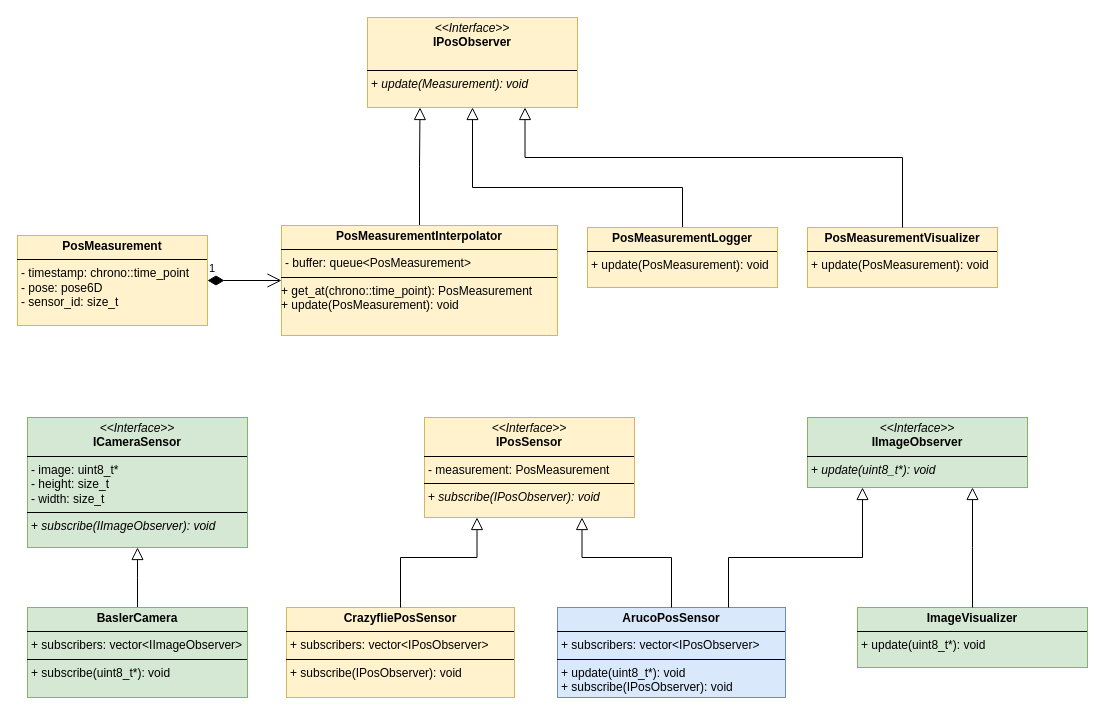
This is class_diagram.drawio from EGurylev/QuadArt_host_cpp, a draw.io file, before an edit. Source tidied: cells renumbered, new cells numbered last; positions are measured from the earlier drawing's top-left corner, leaving out a move shared by most shapes. Both pictures are drawn from the tidied source at 100%, with x=0, y=0 at pixel (17, 17).
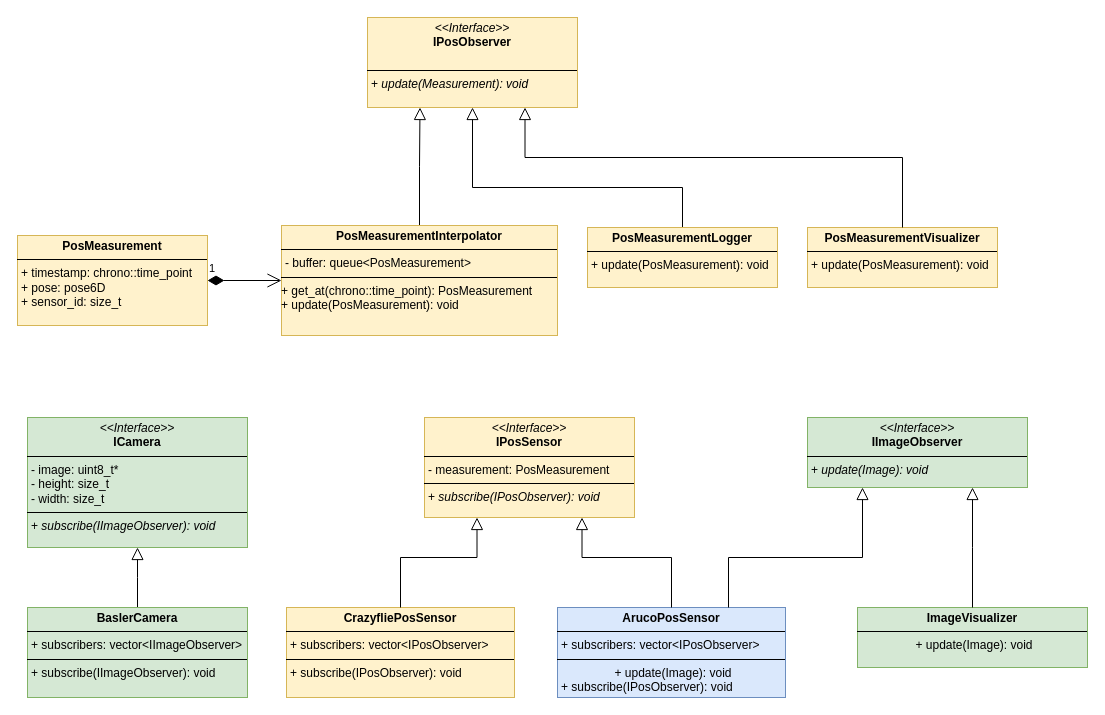
Above is the later version.

The edit, as a diff of the source:
```diff
@@
-    <mxCell id="4" value="&lt;p style=&quot;margin:0px;margin-top:4px;text-align:center;&quot;&gt;&lt;b&gt;PosMeasurement&lt;/b&gt;&lt;/p&gt;&lt;hr size=&quot;1&quot; style=&quot;border-style:solid;&quot;&gt;&lt;p style=&quot;margin:0px;margin-left:4px;&quot;&gt;- timestamp:&amp;nbsp;chrono::time_point&lt;br&gt;&lt;/p&gt;&lt;p style=&quot;margin:0px;margin-left:4px;&quot;&gt;- pose: pose6D&lt;/p&gt;&lt;p style=&quot;margin:0px;margin-left:4px;&quot;&gt;- sensor_id: size_t&lt;/p&gt;" style="verticalAlign=top;align=left;overflow=fill;html=1;whiteSpace=wrap;fillColor=#fff2cc;strokeColor=#d6b656;" parent="1" vertex="1">
+    <mxCell id="4" value="&lt;p style=&quot;margin:0px;margin-top:4px;text-align:center;&quot;&gt;&lt;b&gt;PosMeasurement&lt;/b&gt;&lt;/p&gt;&lt;hr size=&quot;1&quot; style=&quot;border-style:solid;&quot;&gt;&lt;p style=&quot;margin:0px;margin-left:4px;&quot;&gt;+ timestamp:&amp;nbsp;chrono::time_point&lt;br&gt;&lt;/p&gt;&lt;p style=&quot;margin:0px;margin-left:4px;&quot;&gt;+ pose: pose6D&lt;/p&gt;&lt;p style=&quot;margin:0px;margin-left:4px;&quot;&gt;+ sensor_id: size_t&lt;/p&gt;" style="verticalAlign=top;align=left;overflow=fill;html=1;whiteSpace=wrap;fillColor=#fff2cc;strokeColor=#d6b656;" parent="1" vertex="1">
       <mxGeometry y="218" width="190" height="90" as="geometry" />
     </mxCell>
@@
-    <mxCell id="11" value="&lt;p style=&quot;margin:0px;margin-top:4px;text-align:center;&quot;&gt;&lt;b&gt;BaslerCamera&lt;/b&gt;&lt;br&gt;&lt;/p&gt;&lt;hr size=&quot;1&quot; style=&quot;border-style:solid;&quot;&gt;&lt;p style=&quot;margin:0px;margin-left:4px;&quot;&gt;+ subscribers:&amp;nbsp;&lt;span style=&quot;background-color: initial;&quot;&gt;vector&amp;lt;IImageObserver&amp;gt;&lt;/span&gt;&lt;/p&gt;&lt;hr size=&quot;1&quot; style=&quot;border-style:solid;&quot;&gt;&lt;p style=&quot;margin:0px;margin-left:4px;&quot;&gt;+ subscribe(&lt;span style=&quot;text-align: center;&quot;&gt;uint8_t*&lt;/span&gt;): void&lt;br&gt;&lt;/p&gt;" style="verticalAlign=top;align=left;overflow=fill;html=1;whiteSpace=wrap;fillColor=#d5e8d4;strokeColor=#82b366;" parent="1" vertex="1">
+    <mxCell id="11" value="&lt;p style=&quot;margin:0px;margin-top:4px;text-align:center;&quot;&gt;&lt;b&gt;BaslerCamera&lt;/b&gt;&lt;br&gt;&lt;/p&gt;&lt;hr size=&quot;1&quot; style=&quot;border-style:solid;&quot;&gt;&lt;p style=&quot;margin:0px;margin-left:4px;&quot;&gt;+ subscribers:&amp;nbsp;&lt;span style=&quot;background-color: initial;&quot;&gt;vector&amp;lt;IImageObserver&amp;gt;&lt;/span&gt;&lt;/p&gt;&lt;hr size=&quot;1&quot; style=&quot;border-style:solid;&quot;&gt;&lt;p style=&quot;margin:0px;margin-left:4px;&quot;&gt;+ subscribe(&lt;span style=&quot;background-color: initial;&quot;&gt;IImageObserver&lt;/span&gt;&lt;span style=&quot;background-color: initial;&quot;&gt;): void&lt;/span&gt;&lt;/p&gt;" style="verticalAlign=top;align=left;overflow=fill;html=1;whiteSpace=wrap;fillColor=#d5e8d4;strokeColor=#82b366;" parent="1" vertex="1">
       <mxGeometry x="10" y="590" width="220" height="90" as="geometry" />
     </mxCell>
-    <mxCell id="12" value="&lt;p style=&quot;margin:0px;margin-top:4px;text-align:center;&quot;&gt;&lt;i&gt;&amp;lt;&amp;lt;Interface&amp;gt;&amp;gt;&lt;/i&gt;&lt;br&gt;&lt;b&gt;ICameraSensor&lt;/b&gt;&lt;/p&gt;&lt;hr size=&quot;1&quot; style=&quot;border-style:solid;&quot;&gt;&lt;p style=&quot;margin:0px;margin-left:4px;&quot;&gt;- image:&amp;nbsp;&lt;span style=&quot;text-align: center; background-color: initial;&quot;&gt;uint8_t*&lt;/span&gt;&lt;br&gt;&lt;/p&gt;&lt;p style=&quot;margin:0px;margin-left:4px;&quot;&gt;&lt;span style=&quot;text-align: center; background-color: initial;&quot;&gt;- height: size_t&lt;/span&gt;&lt;/p&gt;&lt;p style=&quot;margin:0px;margin-left:4px;&quot;&gt;&lt;span style=&quot;text-align: center; background-color: initial;&quot;&gt;- width: size_t&lt;/span&gt;&lt;/p&gt;&lt;hr size=&quot;1&quot; style=&quot;border-style:solid;&quot;&gt;&lt;p style=&quot;margin:0px;margin-left:4px;&quot;&gt;+ &lt;i&gt;subscribe(IImageObserver): void&lt;/i&gt;&lt;/p&gt;" style="verticalAlign=top;align=left;overflow=fill;html=1;whiteSpace=wrap;fillColor=#d5e8d4;strokeColor=#82b366;" parent="1" vertex="1">
+    <mxCell id="12" value="&lt;p style=&quot;margin:0px;margin-top:4px;text-align:center;&quot;&gt;&lt;i&gt;&amp;lt;&amp;lt;Interface&amp;gt;&amp;gt;&lt;/i&gt;&lt;br&gt;&lt;b&gt;ICamera&lt;/b&gt;&lt;/p&gt;&lt;hr size=&quot;1&quot; style=&quot;border-style:solid;&quot;&gt;&lt;p style=&quot;margin:0px;margin-left:4px;&quot;&gt;- image:&amp;nbsp;&lt;span style=&quot;text-align: center; background-color: initial;&quot;&gt;uint8_t*&lt;/span&gt;&lt;br&gt;&lt;/p&gt;&lt;p style=&quot;margin:0px;margin-left:4px;&quot;&gt;&lt;span style=&quot;text-align: center; background-color: initial;&quot;&gt;- height: size_t&lt;/span&gt;&lt;/p&gt;&lt;p style=&quot;margin:0px;margin-left:4px;&quot;&gt;&lt;span style=&quot;text-align: center; background-color: initial;&quot;&gt;- width: size_t&lt;/span&gt;&lt;/p&gt;&lt;hr size=&quot;1&quot; style=&quot;border-style:solid;&quot;&gt;&lt;p style=&quot;margin:0px;margin-left:4px;&quot;&gt;+ &lt;i&gt;subscribe(IImageObserver): void&lt;/i&gt;&lt;/p&gt;" style="verticalAlign=top;align=left;overflow=fill;html=1;whiteSpace=wrap;fillColor=#d5e8d4;strokeColor=#82b366;" parent="1" vertex="1">
       <mxGeometry x="10" y="400" width="220" height="130" as="geometry" />
     </mxCell>
@@
-    <mxCell id="14" value="&lt;p style=&quot;margin:0px;margin-top:4px;text-align:center;&quot;&gt;&lt;b&gt;ArucoPosSensor&lt;/b&gt;&lt;br&gt;&lt;/p&gt;&lt;hr size=&quot;1&quot; style=&quot;border-style:solid;&quot;&gt;&lt;p style=&quot;margin:0px;margin-left:4px;&quot;&gt;+ subscribers:&amp;nbsp;&lt;span style=&quot;background-color: initial;&quot;&gt;vector&amp;lt;IPosObserver&amp;gt;&lt;/span&gt;&lt;/p&gt;&lt;hr size=&quot;1&quot; style=&quot;border-style:solid;&quot;&gt;&lt;p style=&quot;margin:0px;margin-left:4px;&quot;&gt;+ update(&lt;span style=&quot;text-align: center;&quot;&gt;uint8_t*&lt;/span&gt;): void&lt;br&gt;&lt;/p&gt;&lt;p style=&quot;margin:0px;margin-left:4px;&quot;&gt;+ subscribe(IPosObserver): void&lt;/p&gt;" style="verticalAlign=top;align=left;overflow=fill;html=1;whiteSpace=wrap;fillColor=#dae8fc;strokeColor=#6c8ebf;" parent="1" vertex="1">
+    <mxCell id="14" value="&lt;p style=&quot;margin:0px;margin-top:4px;text-align:center;&quot;&gt;&lt;b&gt;ArucoPosSensor&lt;/b&gt;&lt;br&gt;&lt;/p&gt;&lt;hr size=&quot;1&quot; style=&quot;border-style:solid;&quot;&gt;&lt;p style=&quot;margin:0px;margin-left:4px;&quot;&gt;+ subscribers:&amp;nbsp;&lt;span style=&quot;background-color: initial;&quot;&gt;vector&amp;lt;IPosObserver&amp;gt;&lt;/span&gt;&lt;/p&gt;&lt;hr size=&quot;1&quot; style=&quot;border-style:solid;&quot;&gt;&lt;p style=&quot;text-align: center; margin: 0px 0px 0px 4px;&quot;&gt;+ update(Image): void&lt;br&gt;&lt;/p&gt;&lt;p style=&quot;margin:0px;margin-left:4px;&quot;&gt;+ subscribe(IPosObserver): void&lt;/p&gt;" style="verticalAlign=top;align=left;overflow=fill;html=1;whiteSpace=wrap;fillColor=#dae8fc;strokeColor=#6c8ebf;" parent="1" vertex="1">
       <mxGeometry x="540" y="590" width="228" height="90" as="geometry" />
     </mxCell>
@@
-    <mxCell id="16" value="&lt;p style=&quot;margin:0px;margin-top:4px;text-align:center;&quot;&gt;&lt;i&gt;&amp;lt;&amp;lt;Interface&amp;gt;&amp;gt;&lt;/i&gt;&lt;br&gt;&lt;b&gt;IImageObserver&lt;/b&gt;&lt;/p&gt;&lt;hr size=&quot;1&quot; style=&quot;border-style:solid;&quot;&gt;&lt;p style=&quot;margin:0px;margin-left:4px;&quot;&gt;&lt;/p&gt;&lt;p style=&quot;margin:0px;margin-left:4px;&quot;&gt;+ &lt;i&gt;update(uint8_t*): void&lt;/i&gt;&lt;/p&gt;" style="verticalAlign=top;align=left;overflow=fill;html=1;whiteSpace=wrap;fillColor=#d5e8d4;strokeColor=#82b366;" parent="1" vertex="1">
+    <mxCell id="16" value="&lt;p style=&quot;margin:0px;margin-top:4px;text-align:center;&quot;&gt;&lt;i&gt;&amp;lt;&amp;lt;Interface&amp;gt;&amp;gt;&lt;/i&gt;&lt;br&gt;&lt;b&gt;IImageObserver&lt;/b&gt;&lt;/p&gt;&lt;hr size=&quot;1&quot; style=&quot;border-style:solid;&quot;&gt;&lt;p style=&quot;margin:0px;margin-left:4px;&quot;&gt;&lt;/p&gt;&lt;p style=&quot;margin:0px;margin-left:4px;&quot;&gt;+ &lt;i&gt;update(Image): void&lt;/i&gt;&lt;/p&gt;" style="verticalAlign=top;align=left;overflow=fill;html=1;whiteSpace=wrap;fillColor=#d5e8d4;strokeColor=#82b366;" parent="1" vertex="1">
       <mxGeometry x="790" y="400" width="220" height="70" as="geometry" />
     </mxCell>
@@
-    <mxCell id="20" value="&lt;p style=&quot;margin:0px;margin-top:4px;text-align:center;&quot;&gt;&lt;b&gt;ImageVisualizer&lt;/b&gt;&lt;/p&gt;&lt;hr size=&quot;1&quot; style=&quot;border-style:solid;&quot;&gt;&lt;p style=&quot;margin:0px;margin-left:4px;&quot;&gt;+ update(&lt;span style=&quot;text-align: center;&quot;&gt;uint8_t*&lt;/span&gt;): void&lt;/p&gt;" style="verticalAlign=top;align=left;overflow=fill;html=1;whiteSpace=wrap;fillColor=#d5e8d4;strokeColor=#82b366;" parent="1" vertex="1">
+    <mxCell id="20" value="&lt;p style=&quot;margin:0px;margin-top:4px;text-align:center;&quot;&gt;&lt;b&gt;ImageVisualizer&lt;/b&gt;&lt;/p&gt;&lt;hr size=&quot;1&quot; style=&quot;border-style:solid;&quot;&gt;&lt;p style=&quot;text-align: center; margin: 0px 0px 0px 4px;&quot;&gt;+ update(Image&lt;span style=&quot;background-color: initial;&quot;&gt;): void&lt;/span&gt;&lt;/p&gt;" style="verticalAlign=top;align=left;overflow=fill;html=1;whiteSpace=wrap;fillColor=#d5e8d4;strokeColor=#82b366;" parent="1" vertex="1">
       <mxGeometry x="840" y="590" width="230" height="60" as="geometry" />
     </mxCell>
```
